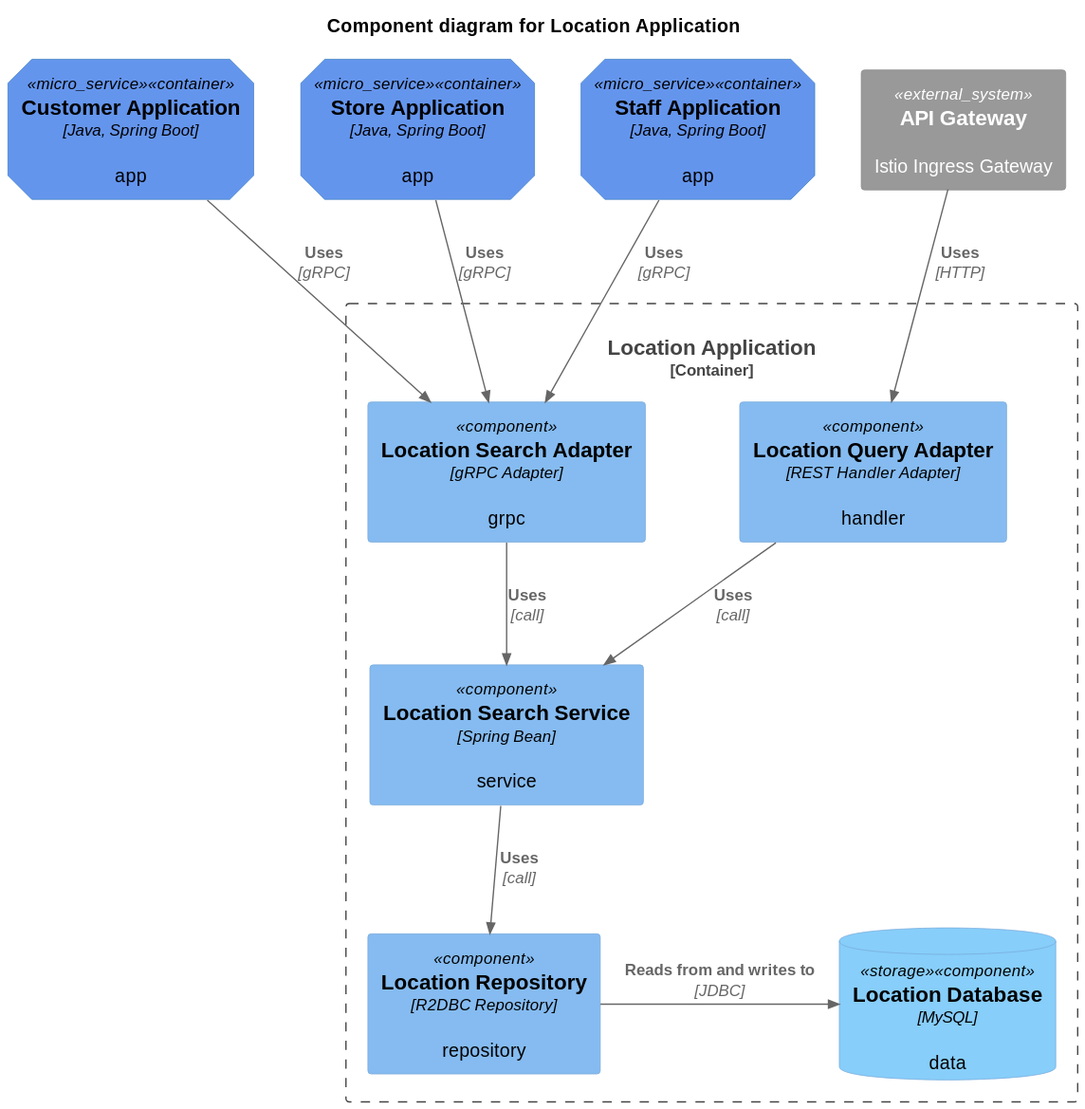
codejsha/sakila-microservices keeps this PlantUML diagram as diagram/component/location-application.svg. Above is the earlier version.
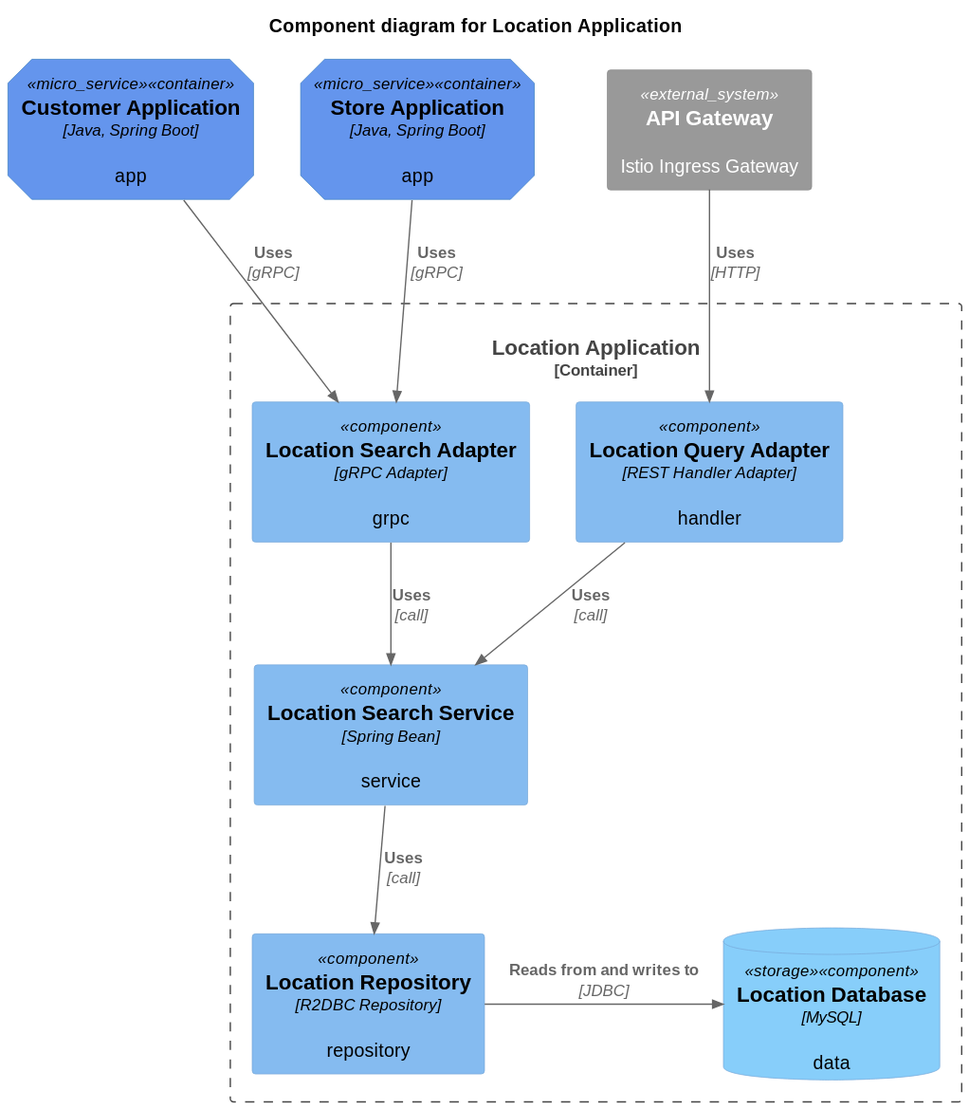
Later version of the same file.

Change to the diagram source:
```diff
@@ -8,7 +8,6 @@
 
 Container(customer_app, "Customer Application", "Java, Spring Boot", "app", $tags = "micro_service")
 Container(store_app, "Store Application", "Java, Spring Boot", "app", $tags = "micro_service")
-Container(staff_app, "Staff Application", "Java, Spring Boot", "app", $tags = "micro_service")
 System_Ext(ingress_gateway, "API Gateway", "Istio Ingress Gateway")
 
 Container_Boundary(location_app, "Location Application") {
@@ -30,6 +29,5 @@
 
 Rel(customer_app, location_search_adapter, "Uses", "gRPC")
 Rel(store_app, location_search_adapter, "Uses", "gRPC")
-Rel(staff_app, location_search_adapter, "Uses", "gRPC")
 Rel(ingress_gateway, query_adapter, "Uses", "HTTP")
 @enduml
```
